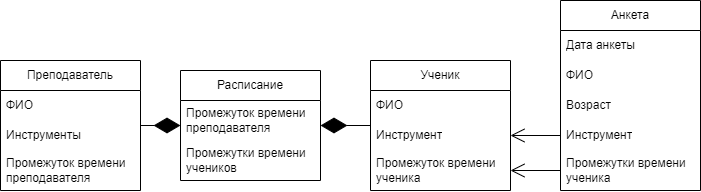
watashinonericell/myrepos keeps this draw.io diagram as Модель_предметной_области.png. Above is the earlier version. Source tidied: cells renumbered, new cells last; positions are measured from the earlier drawing's top-left corner, leaving out a move shared by most shapes. Its diagram source:
```xml
<mxGraphModel>
  <root>
    <mxCell id="0" />
    <mxCell id="1" parent="0" />
    <mxCell id="2" value="Ученик" style="swimlane;fontStyle=0;horizontal=1;startSize=30;whiteSpace=wrap;html=1;" parent="1" vertex="1">
      <mxGeometry x="370" y="60" width="140" height="130" as="geometry" />
    </mxCell>
    <mxCell id="3" value="ФИО" style="text;strokeColor=none;fillColor=none;align=left;verticalAlign=middle;spacingLeft=4;spacingRight=4;overflow=hidden;whiteSpace=wrap;html=1;" parent="2" vertex="1">
      <mxGeometry y="30" width="140" height="30" as="geometry" />
    </mxCell>
    <mxCell id="4" value="Инструмент" style="text;strokeColor=none;fillColor=none;align=left;verticalAlign=middle;spacingLeft=4;spacingRight=4;overflow=hidden;points=[[0,0.5],[1,0.5]];portConstraint=eastwest;whiteSpace=wrap;html=1;" parent="2" vertex="1">
      <mxGeometry y="60" width="140" height="30" as="geometry" />
    </mxCell>
    <mxCell id="5" value="Промежуток времени ученика" style="text;strokeColor=none;fillColor=none;align=left;verticalAlign=middle;spacingLeft=4;spacingRight=4;overflow=hidden;points=[[0,0.5],[1,0.5]];portConstraint=eastwest;whiteSpace=wrap;html=1;" parent="2" vertex="1">
      <mxGeometry y="90" width="140" height="40" as="geometry" />
    </mxCell>
    <mxCell id="6" value="Анкета" style="swimlane;fontStyle=0;horizontal=1;startSize=30;whiteSpace=wrap;html=1;" parent="1" vertex="1">
      <mxGeometry x="560" width="140" height="190" as="geometry" />
    </mxCell>
    <mxCell id="7" value="Дата анкеты" style="text;strokeColor=none;fillColor=none;align=left;verticalAlign=middle;spacingLeft=4;spacingRight=4;overflow=hidden;whiteSpace=wrap;html=1;" parent="6" vertex="1">
      <mxGeometry y="30" width="140" height="30" as="geometry" />
    </mxCell>
    <mxCell id="8" value="ФИО" style="text;strokeColor=none;fillColor=none;align=left;verticalAlign=middle;spacingLeft=4;spacingRight=4;overflow=hidden;whiteSpace=wrap;html=1;" parent="6" vertex="1">
      <mxGeometry y="60" width="140" height="30" as="geometry" />
    </mxCell>
    <mxCell id="9" value="Возраст" style="text;strokeColor=none;fillColor=none;align=left;verticalAlign=middle;spacingLeft=4;spacingRight=4;overflow=hidden;whiteSpace=wrap;html=1;" parent="6" vertex="1">
      <mxGeometry y="90" width="140" height="30" as="geometry" />
    </mxCell>
    <mxCell id="10" value="Инструмент" style="text;strokeColor=none;fillColor=none;align=left;verticalAlign=middle;spacingLeft=4;spacingRight=4;overflow=hidden;points=[[0,0.5],[1,0.5]];portConstraint=eastwest;whiteSpace=wrap;html=1;" parent="6" vertex="1">
      <mxGeometry y="120" width="140" height="30" as="geometry" />
    </mxCell>
    <mxCell id="11" value="Промежутки времени ученика" style="text;strokeColor=none;fillColor=none;align=left;verticalAlign=middle;spacingLeft=4;spacingRight=4;overflow=hidden;points=[[0,0.5],[1,0.5]];portConstraint=eastwest;whiteSpace=wrap;html=1;" parent="6" vertex="1">
      <mxGeometry y="150" width="140" height="40" as="geometry" />
    </mxCell>
    <mxCell id="12" value="Расписание" style="swimlane;fontStyle=0;horizontal=1;startSize=30;whiteSpace=wrap;html=1;" parent="1" vertex="1">
      <mxGeometry x="180" y="70" width="140" height="110" as="geometry" />
    </mxCell>
    <mxCell id="13" value="Промежуток времени преподавателя" style="text;strokeColor=none;fillColor=none;align=left;verticalAlign=middle;spacingLeft=4;spacingRight=4;overflow=hidden;whiteSpace=wrap;html=1;" parent="12" vertex="1">
      <mxGeometry y="30" width="140" height="40" as="geometry" />
    </mxCell>
    <mxCell id="14" value="Промежутки времени учеников" style="text;strokeColor=none;fillColor=none;align=left;verticalAlign=middle;spacingLeft=4;spacingRight=4;overflow=hidden;whiteSpace=wrap;html=1;" parent="12" vertex="1">
      <mxGeometry y="70" width="140" height="40" as="geometry" />
    </mxCell>
    <mxCell id="15" style="endArrow=diamondThin;endFill=1;endSize=24;html=1;rounded=0;" parent="1" edge="1" source="19" target="12">
      <mxGeometry relative="1" as="geometry" />
    </mxCell>
    <mxCell id="16" style="endArrow=diamondThin;endFill=1;endSize=24;html=1;rounded=0;" parent="1" edge="1" source="2" target="12">
      <mxGeometry relative="1" as="geometry" />
    </mxCell>
    <mxCell id="17" style="endArrow=open;endFill=1;endSize=12;html=1;rounded=0;exitX=0;exitY=0.5;exitDx=0;exitDy=0;entryX=1;entryY=0.5;entryDx=0;entryDy=0;" parent="1" edge="1" source="11" target="5">
      <mxGeometry relative="1" as="geometry" />
    </mxCell>
    <mxCell id="18" style="endArrow=open;endFill=1;endSize=12;html=1;rounded=0;exitX=0;exitY=0.5;exitDx=0;exitDy=0;entryX=1;entryY=0.5;entryDx=0;entryDy=0;" parent="1" edge="1" source="10" target="4">
      <mxGeometry relative="1" as="geometry" />
    </mxCell>
    <mxCell id="19" value="Преподаватель" style="swimlane;fontStyle=0;horizontal=1;startSize=30;whiteSpace=wrap;html=1;" parent="1" vertex="1">
      <mxGeometry y="60" width="140" height="130" as="geometry" />
    </mxCell>
    <mxCell id="20" value="ФИО" style="text;strokeColor=none;fillColor=none;align=left;verticalAlign=middle;spacingLeft=4;spacingRight=4;overflow=hidden;whiteSpace=wrap;html=1;" parent="19" vertex="1">
      <mxGeometry y="30" width="140" height="30" as="geometry" />
    </mxCell>
    <mxCell id="21" value="Инструменты" style="text;strokeColor=none;fillColor=none;align=left;verticalAlign=middle;spacingLeft=4;spacingRight=4;overflow=hidden;whiteSpace=wrap;html=1;" parent="19" vertex="1">
      <mxGeometry y="60" width="140" height="30" as="geometry" />
    </mxCell>
    <mxCell id="22" value="Промежуток времени преподавателя" style="text;strokeColor=none;fillColor=none;align=left;verticalAlign=middle;spacingLeft=4;spacingRight=4;overflow=hidden;whiteSpace=wrap;html=1;" parent="19" vertex="1">
      <mxGeometry y="90" width="140" height="40" as="geometry" />
    </mxCell>
  </root>
</mxGraphModel>
```
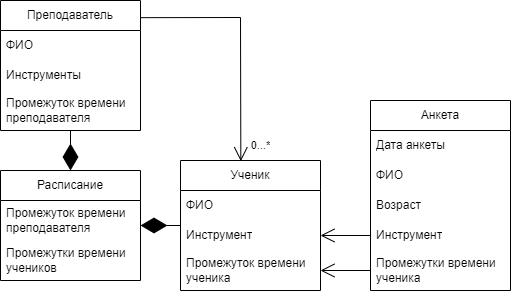
After the change.

Change to the diagram source:
```diff
@@ -3,7 +3,7 @@
     <mxCell id="0" />
     <mxCell id="1" parent="0" />
     <mxCell id="2" value="Ученик" style="swimlane;fontStyle=0;horizontal=1;startSize=30;whiteSpace=wrap;html=1;" parent="1" vertex="1">
-      <mxGeometry x="370" y="60" width="140" height="130" as="geometry" />
+      <mxGeometry x="240" y="120" width="140" height="130" as="geometry" />
     </mxCell>
     <mxCell id="3" value="ФИО" style="text;strokeColor=none;fillColor=none;align=left;verticalAlign=middle;spacingLeft=4;spacingRight=4;overflow=hidden;whiteSpace=wrap;html=1;" parent="2" vertex="1">
       <mxGeometry y="30" width="140" height="30" as="geometry" />
@@ -15,7 +15,7 @@
       <mxGeometry y="90" width="140" height="40" as="geometry" />
     </mxCell>
     <mxCell id="6" value="Анкета" style="swimlane;fontStyle=0;horizontal=1;startSize=30;whiteSpace=wrap;html=1;" parent="1" vertex="1">
-      <mxGeometry x="560" width="140" height="190" as="geometry" />
+      <mxGeometry x="430" y="60" width="140" height="190" as="geometry" />
     </mxCell>
     <mxCell id="7" value="Дата анкеты" style="text;strokeColor=none;fillColor=none;align=left;verticalAlign=middle;spacingLeft=4;spacingRight=4;overflow=hidden;whiteSpace=wrap;html=1;" parent="6" vertex="1">
       <mxGeometry y="30" width="140" height="30" as="geometry" />
@@ -33,7 +33,7 @@
       <mxGeometry y="150" width="140" height="40" as="geometry" />
     </mxCell>
     <mxCell id="12" value="Расписание" style="swimlane;fontStyle=0;horizontal=1;startSize=30;whiteSpace=wrap;html=1;" parent="1" vertex="1">
-      <mxGeometry x="180" y="70" width="140" height="110" as="geometry" />
+      <mxGeometry x="60" y="130" width="140" height="110" as="geometry" />
     </mxCell>
     <mxCell id="13" value="Промежуток времени преподавателя" style="text;strokeColor=none;fillColor=none;align=left;verticalAlign=middle;spacingLeft=4;spacingRight=4;overflow=hidden;whiteSpace=wrap;html=1;" parent="12" vertex="1">
       <mxGeometry y="30" width="140" height="40" as="geometry" />
@@ -54,7 +54,7 @@
       <mxGeometry relative="1" as="geometry" />
     </mxCell>
     <mxCell id="19" value="Преподаватель" style="swimlane;fontStyle=0;horizontal=1;startSize=30;whiteSpace=wrap;html=1;" parent="1" vertex="1">
-      <mxGeometry y="60" width="140" height="130" as="geometry" />
+      <mxGeometry x="60" y="-40" width="140" height="130" as="geometry" />
     </mxCell>
     <mxCell id="20" value="ФИО" style="text;strokeColor=none;fillColor=none;align=left;verticalAlign=middle;spacingLeft=4;spacingRight=4;overflow=hidden;whiteSpace=wrap;html=1;" parent="19" vertex="1">
       <mxGeometry y="30" width="140" height="30" as="geometry" />
@@ -65,5 +65,17 @@
     <mxCell id="22" value="Промежуток времени преподавателя" style="text;strokeColor=none;fillColor=none;align=left;verticalAlign=middle;spacingLeft=4;spacingRight=4;overflow=hidden;whiteSpace=wrap;html=1;" parent="19" vertex="1">
       <mxGeometry y="90" width="140" height="40" as="geometry" />
     </mxCell>
+    <mxCell id="23" style="endArrow=open;endFill=1;endSize=12;html=1;rounded=0;exitX=1.002;exitY=0.132;exitDx=0;exitDy=0;entryX=0.431;entryY=0.005;entryDx=0;entryDy=0;exitPerimeter=0;entryPerimeter=0;" parent="1" edge="1" source="19" target="2">
+      <mxGeometry relative="1" as="geometry">
+        <Array as="points">
+          <mxPoint x="300" y="-23" />
+        </Array>
+      </mxGeometry>
+    </mxCell>
+    <mxCell id="24" value="0...*" style="edgeLabel;html=1;align=center;verticalAlign=middle;" parent="23" vertex="1">
+      <mxGeometry x="-0.88" relative="1" as="geometry">
+        <mxPoint x="105" y="128" as="offset" />
+      </mxGeometry>
+    </mxCell>
   </root>
 </mxGraphModel>
```
